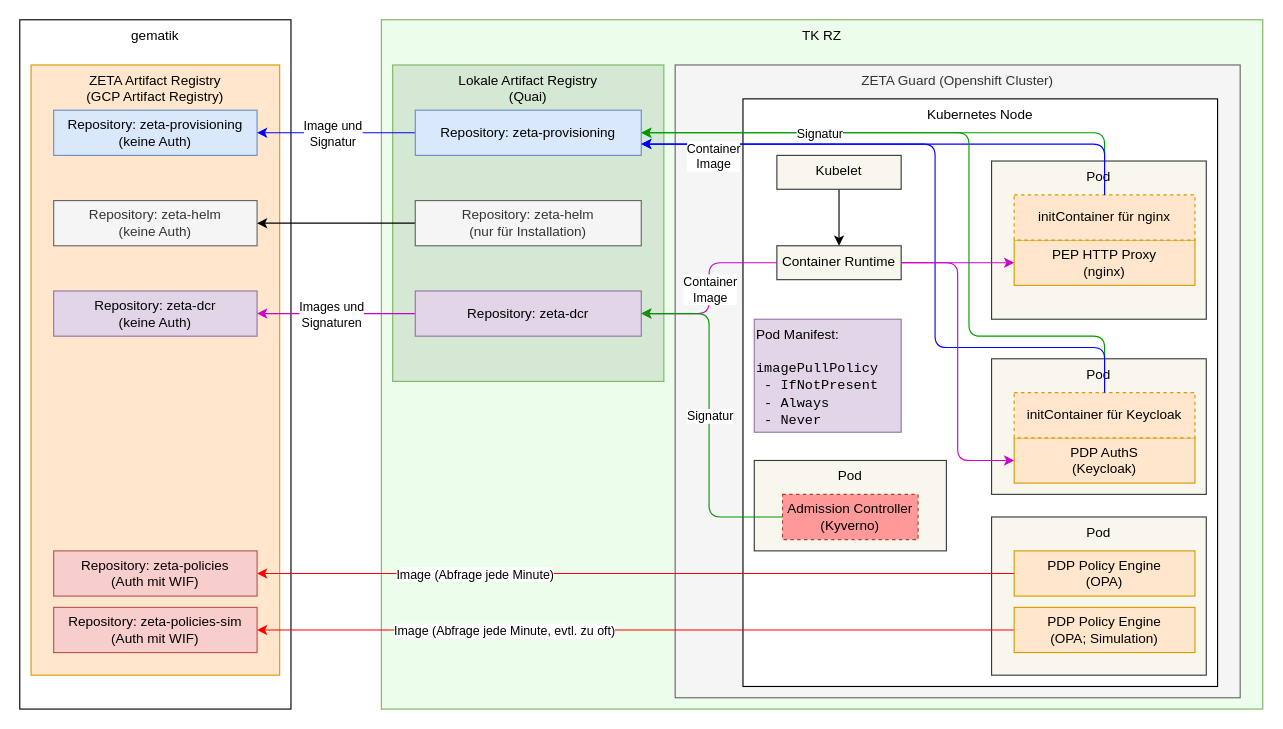
The draw.io diagram src/drawio/tmp/ZETA-Guard-Deployment-of-Container-Images.drawio in gematik/zeta, before the edit. Source tidied: cells renumbered, new cells numbered last; positions are measured from the earlier drawing's top-left corner, leaving out a move shared by most shapes. Both pictures are drawn from the tidied source at 113%, with x=0, y=0 at pixel (19, 19).
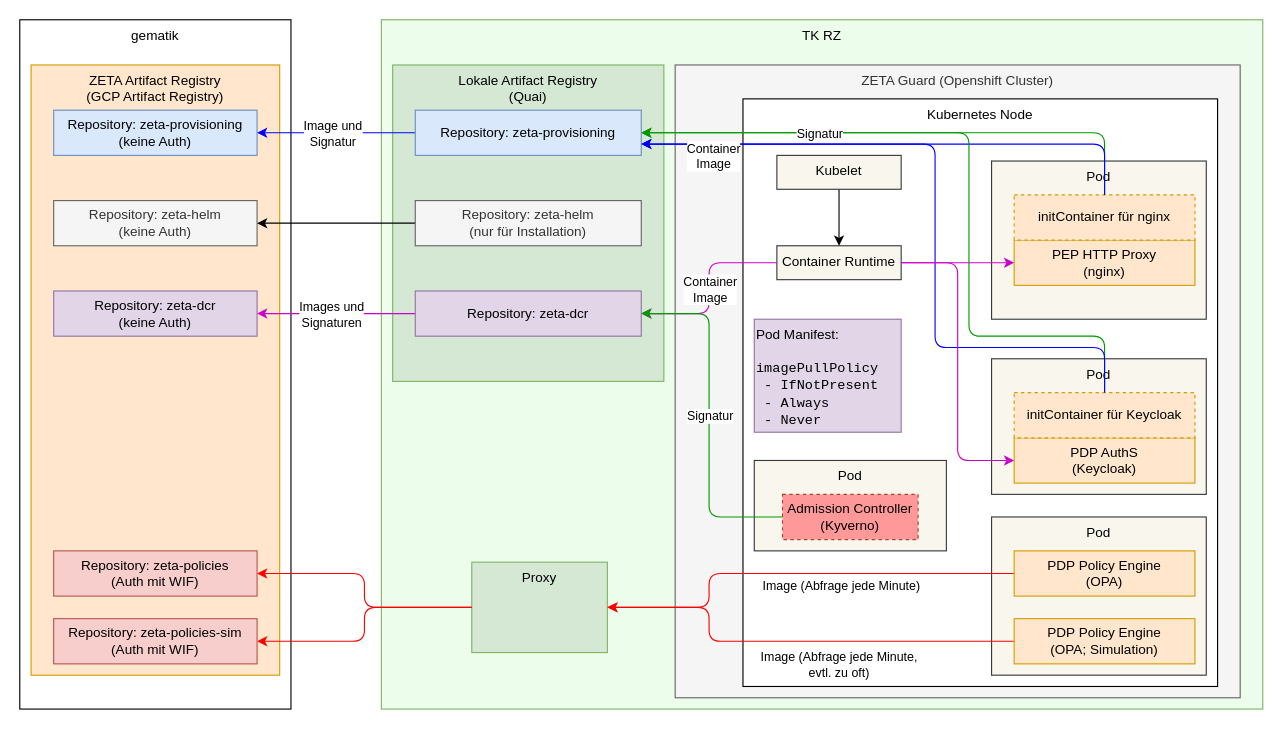
The same diagram, later.

Commit message:
feat: add Proxy component to ZETA Guard deployment diagram and route PDP Engine connections through it

The change refers to these unchanged cells:
```xml
<mxCell id="25" value="PDP Policy Engine&lt;div&gt;(&lt;span style=&quot;background-color: transparent; color: light-dark(rgb(0, 0, 0), rgb(255, 255, 255));&quot;&gt;OPA&lt;/span&gt;&lt;span style=&quot;background-color: transparent; color: light-dark(rgb(0, 0, 0), rgb(255, 255, 255));&quot;&gt;)&lt;/span&gt;&lt;/div&gt;" style="rounded=0;whiteSpace=wrap;html=1;verticalAlign=middle;fillColor=#ffe6cc;strokeColor=#d79b00;" parent="1" vertex="1">
  <mxGeometry x="880" y="470" width="160" height="40" as="geometry" />
</mxCell>
<mxCell id="30" value="&lt;div&gt;Repository: zeta-policies&lt;/div&gt;&lt;div&gt;(Auth mit WIF)&lt;/div&gt;" style="rounded=0;whiteSpace=wrap;html=1;fillColor=#f8cecc;strokeColor=#b85450;" parent="1" vertex="1">
  <mxGeometry x="30" y="470" width="180" height="40" as="geometry" />
</mxCell>
```

Change to the diagram source:
```diff
@@
+    <mxCell id="52" value="&lt;div&gt;Proxy&lt;/div&gt;" style="rounded=0;whiteSpace=wrap;html=1;fillColor=#d5e8d4;strokeColor=#82b366;verticalAlign=top;" parent="1" vertex="1">
+      <mxGeometry x="400" y="480" width="120" height="80" as="geometry" />
+    </mxCell>
@@
-    <mxCell id="23" style="edgeStyle=orthogonalEdgeStyle;html=1;entryX=1;entryY=0.5;entryDx=0;entryDy=0;strokeColor=#FF0000;" parent="1" edge="1" source="25" target="30">
-      <mxGeometry relative="1" as="geometry" />
+    <mxCell id="23" style="edgeStyle=orthogonalEdgeStyle;html=1;entryX=1;entryY=0.5;entryDx=0;entryDy=0;strokeColor=#FF0000;" parent="1" edge="1" source="25" target="52">
+      <mxGeometry relative="1" as="geometry">
+        <Array as="points">
+          <mxPoint x="610" y="490" />
+          <mxPoint x="610" y="520" />
+        </Array>
+      </mxGeometry>
     </mxCell>
     <mxCell id="24" value="Image (Abfrage jede Minute)" style="edgeLabel;html=1;align=center;verticalAlign=middle;" parent="23" vertex="1">
       <mxGeometry x="0.78" y="-1" relative="1" as="geometry">
-        <mxPoint x="118" y="1" as="offset" />
+        <mxPoint x="163" y="-19" as="offset" />
       </mxGeometry>
     </mxCell>
@@
-    <mxCell id="26" style="edgeStyle=orthogonalEdgeStyle;html=1;entryX=1;entryY=0.5;entryDx=0;entryDy=0;strokeColor=#FF0000;" parent="1" edge="1" source="28" target="31">
-      <mxGeometry relative="1" as="geometry" />
+    <mxCell id="26" style="edgeStyle=orthogonalEdgeStyle;html=1;strokeColor=#FF0000;entryX=1;entryY=0.5;entryDx=0;entryDy=0;" parent="1" edge="1" source="28" target="52">
+      <mxGeometry relative="1" as="geometry">
+        <Array as="points">
+          <mxPoint x="610" y="550" />
+          <mxPoint x="610" y="520" />
+        </Array>
+      </mxGeometry>
     </mxCell>
-    <mxCell id="27" value="Image (Abfrage jede Minute, evtl. zu oft)" style="edgeLabel;html=1;align=center;verticalAlign=middle;" parent="26" vertex="1">
+    <mxCell id="27" value="Image (Abfrage jede Minute,&lt;div&gt;evtl. zu oft)&lt;/div&gt;" style="edgeLabel;html=1;align=center;verticalAlign=middle;" parent="26" vertex="1">
       <mxGeometry x="0.79" relative="1" as="geometry">
-        <mxPoint x="148" as="offset" />
+        <mxPoint x="163" y="50" as="offset" />
       </mxGeometry>
     </mxCell>
     <mxCell id="28" value="PDP Policy Engine&lt;div&gt;(&lt;span style=&quot;background-color: transparent; color: light-dark(rgb(0, 0, 0), rgb(255, 255, 255));&quot;&gt;OPA; Simulation&lt;/span&gt;&lt;span style=&quot;background-color: transparent; color: light-dark(rgb(0, 0, 0), rgb(255, 255, 255));&quot;&gt;)&lt;/span&gt;&lt;/div&gt;" style="rounded=0;whiteSpace=wrap;html=1;verticalAlign=middle;fillColor=#ffe6cc;strokeColor=#d79b00;" parent="1" vertex="1">
-      <mxGeometry x="880" y="520" width="160" height="40" as="geometry" />
+      <mxGeometry x="880" y="530" width="160" height="40" as="geometry" />
     </mxCell>
@@
     <mxCell id="31" value="&lt;div&gt;Repository: zeta-policies-sim&lt;/div&gt;&lt;div&gt;(Auth mit WIF)&lt;/div&gt;" style="rounded=0;whiteSpace=wrap;html=1;fillColor=#f8cecc;strokeColor=#b85450;" parent="1" vertex="1">
-      <mxGeometry x="30" y="520" width="180" height="40" as="geometry" />
+      <mxGeometry x="30" y="530" width="180" height="40" as="geometry" />
     </mxCell>
@@
+    <mxCell id="53" style="edgeStyle=orthogonalEdgeStyle;html=1;entryX=1;entryY=0.5;entryDx=0;entryDy=0;strokeColor=#FF0000;" parent="1" edge="1" source="52" target="30">
+      <mxGeometry relative="1" as="geometry" />
+    </mxCell>
+    <mxCell id="54" style="edgeStyle=orthogonalEdgeStyle;html=1;entryX=1;entryY=0.5;entryDx=0;entryDy=0;strokeColor=#FF0000;" parent="1" edge="1" source="52" target="31">
+      <mxGeometry relative="1" as="geometry" />
+    </mxCell>
```
